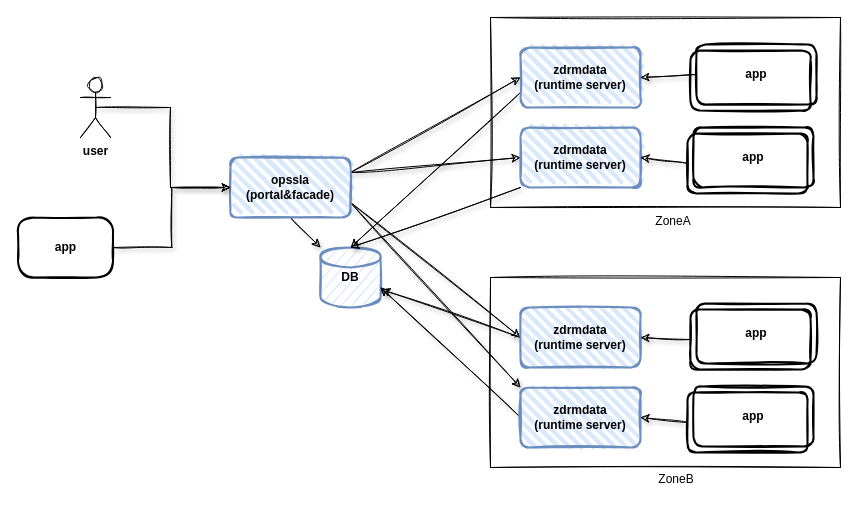
Before: page "Page-4" (3 of 7) of drm-arch.drawio in atellwu/atellwu.github.io, a draw.io diagram. Source tidied: cells renumbered, new cells numbered last; positions are measured from the earlier drawing's top-left corner, leaving out a move shared by most shapes. Both pictures are drawn from the tidied source at 100%, with x=0, y=0 at pixel (18, 17).
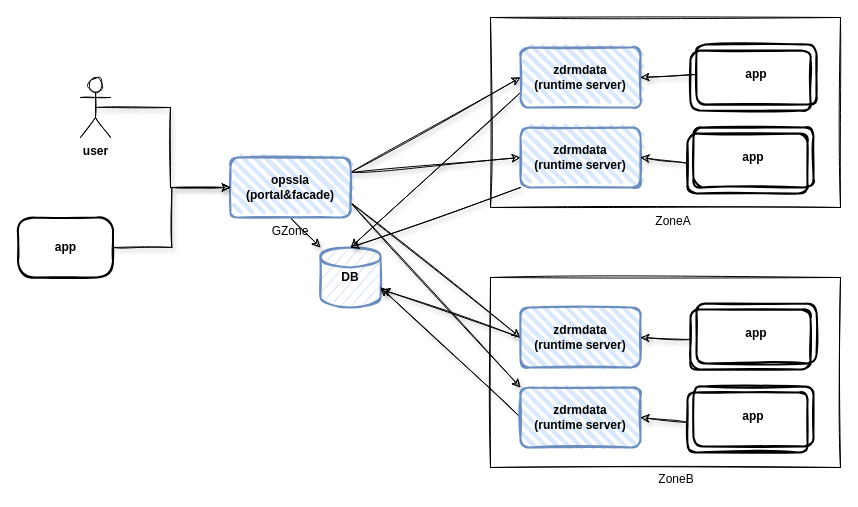
Above is the later version.

What changed in the source:
```diff
@@
+    <mxCell id="37" value="GZone" style="text;html=1;strokeColor=none;fillColor=none;align=center;verticalAlign=middle;whiteSpace=wrap;rounded=0;shadow=0;sketch=1;" parent="1" vertex="1">
+      <mxGeometry x="252" y="204" width="40" height="20" as="geometry" />
+    </mxCell>
```
